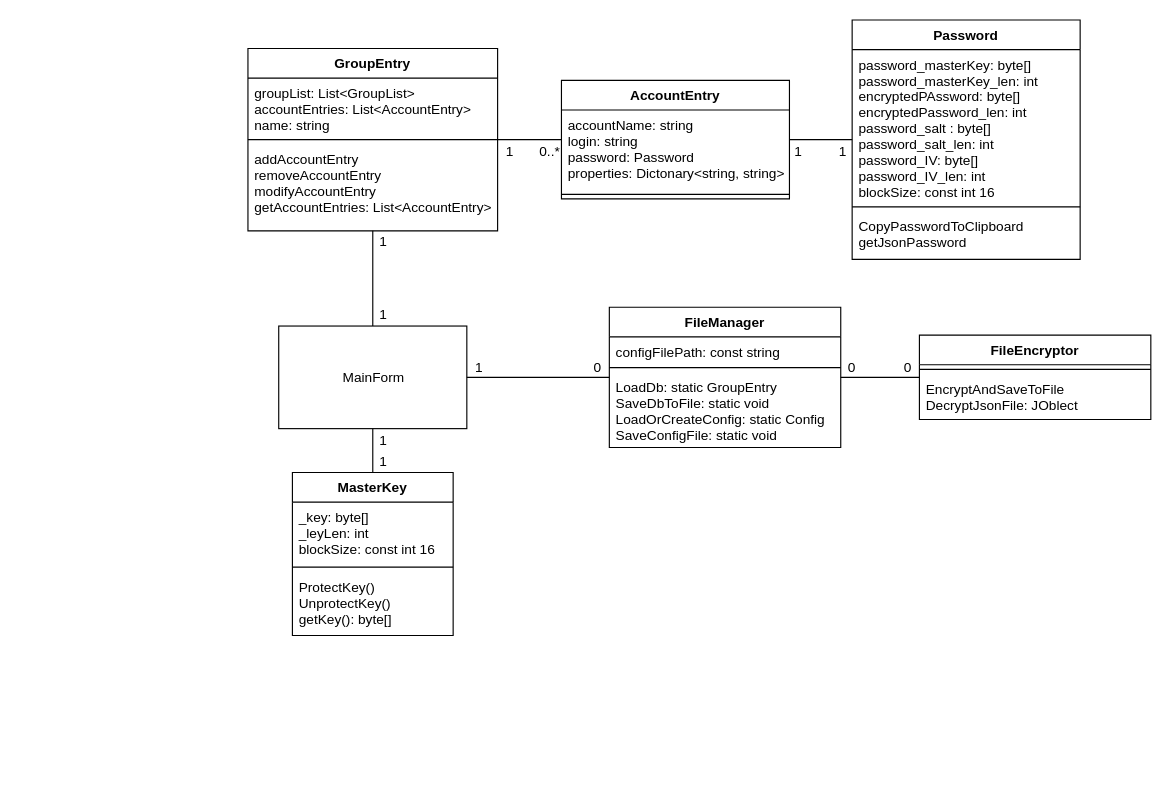
Earlier version of the draw.io diagram ВКР/Диаграмма/классы.drawio (deZuter/PasswordManager). Source tidied: cells renumbered, new cells numbered last; positions are measured from the earlier drawing's top-left corner, leaving out a move shared by most shapes. Both pictures are drawn from the tidied source at 114%, with x=0, y=0 at pixel (247, 19).
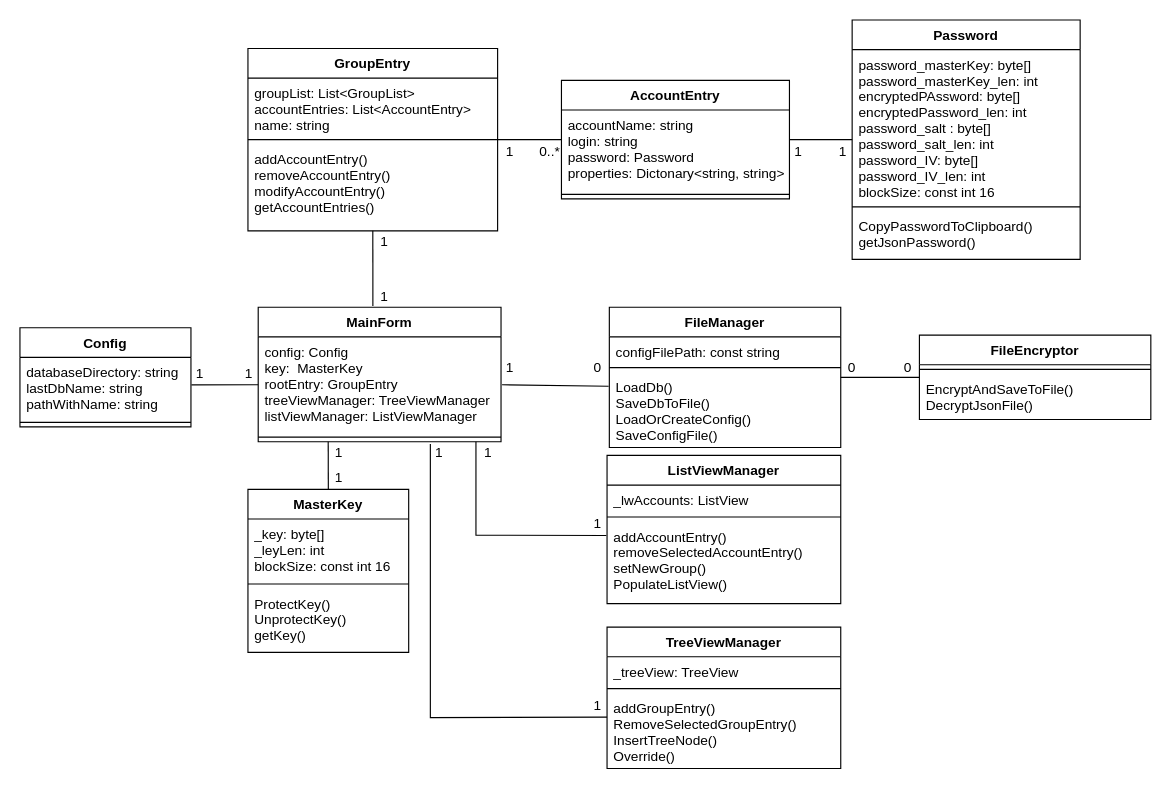
After the change.

Unchanged cells that the change refers to:
```xml
<mxCell id="2" value="Password" style="swimlane;fontStyle=1;align=center;verticalAlign=top;horizontal=1;startSize=26;" parent="1" vertex="1">
  <mxGeometry x="530" width="200" height="210" as="geometry" />
</mxCell>
<mxCell id="13" value="GroupEntry" style="swimlane;fontStyle=1;align=center;verticalAlign=top;horizontal=1;startSize=26;" parent="1" vertex="1">
  <mxGeometry y="25" width="219" height="160" as="geometry" />
</mxCell>
<mxCell id="17" value="FileManager" style="swimlane;fontStyle=1;align=center;verticalAlign=top;horizontal=1;startSize=26;" parent="1" vertex="1">
  <mxGeometry x="317" y="252" width="203" height="123" as="geometry" />
</mxCell>
<mxCell id="21" value="FileEncryptor" style="swimlane;fontStyle=1;align=center;verticalAlign=top;horizontal=1;startSize=26;" parent="1" vertex="1">
  <mxGeometry x="589" y="276.5" width="203" height="74" as="geometry" />
</mxCell>
```

Diff of the diagram source:
```diff
@@
-    <mxCell id="5" value="CopyPasswordToClipboard&#10;getJsonPassword" style="text;strokeColor=none;fillColor=none;align=left;verticalAlign=top;spacingLeft=4;spacingRight=4;overflow=hidden;" parent="2" vertex="1">
+    <mxCell id="5" value="CopyPasswordToClipboard()&#10;getJsonPassword()" style="text;strokeColor=none;fillColor=none;align=left;verticalAlign=top;spacingLeft=4;spacingRight=4;overflow=hidden;" parent="2" vertex="1">
       <mxGeometry y="168" width="200" height="42" as="geometry" />
     </mxCell>
     <mxCell id="6" value="MasterKey" style="swimlane;fontStyle=1;align=center;verticalAlign=top;horizontal=1;startSize=26;" parent="1" vertex="1">
-      <mxGeometry x="39" y="397" width="141" height="143" as="geometry" />
+      <mxGeometry y="411.8" width="141" height="143" as="geometry" />
     </mxCell>
@@
-    <mxCell id="9" value="ProtectKey()&#10;UnprotectKey()&#10;getKey(): byte[]" style="text;strokeColor=none;fillColor=none;align=left;verticalAlign=top;spacingLeft=4;spacingRight=4;overflow=hidden;" parent="6" vertex="1">
+    <mxCell id="9" value="ProtectKey()&#10;UnprotectKey()&#10;getKey()" style="text;strokeColor=none;fillColor=none;align=left;verticalAlign=top;spacingLeft=4;spacingRight=4;overflow=hidden;" parent="6" vertex="1">
       <mxGeometry y="87" width="141" height="56" as="geometry" />
     </mxCell>
@@
-    <mxCell id="16" value="addAccountEntry&#10;removeAccountEntry&#10;modifyAccountEntry&#10;getAccountEntries: List&lt;AccountEntry&gt;" style="text;strokeColor=none;fillColor=none;align=left;verticalAlign=top;spacingLeft=4;spacingRight=4;overflow=hidden;points=[[0,0.5],[1,0.5]];portConstraint=eastwest;" parent="13" vertex="1">
+    <mxCell id="16" value="addAccountEntry()&#10;removeAccountEntry()&#10;modifyAccountEntry()&#10;getAccountEntries()" style="text;strokeColor=none;fillColor=none;align=left;verticalAlign=top;spacingLeft=4;spacingRight=4;overflow=hidden;points=[[0,0.5],[1,0.5]];portConstraint=eastwest;" parent="13" vertex="1">
       <mxGeometry y="84" width="219" height="76" as="geometry" />
     </mxCell>
@@
-    <mxCell id="20" value="LoadDb: static GroupEntry&#10;SaveDbToFile: static void&#10;LoadOrCreateConfig: static Config&#10;SaveConfigFile: static void" style="text;strokeColor=none;fillColor=none;align=left;verticalAlign=top;spacingLeft=4;spacingRight=4;overflow=hidden;points=[[0,0.5],[1,0.5]];portConstraint=eastwest;" parent="17" vertex="1">
+    <mxCell id="20" value="LoadDb()&#10;SaveDbToFile()&#10;LoadOrCreateConfig()&#10;SaveConfigFile()" style="text;strokeColor=none;fillColor=none;align=left;verticalAlign=top;spacingLeft=4;spacingRight=4;overflow=hidden;points=[[0,0.5],[1,0.5]];portConstraint=eastwest;" parent="17" vertex="1">
       <mxGeometry y="57" width="203" height="66" as="geometry" />
     </mxCell>
@@
-    <mxCell id="23" value="EncryptAndSaveToFile&#10;DecryptJsonFile: JOblect" style="text;strokeColor=none;fillColor=none;align=left;verticalAlign=top;spacingLeft=4;spacingRight=4;overflow=hidden;" parent="21" vertex="1">
+    <mxCell id="23" value="EncryptAndSaveToFile()&#10;DecryptJsonFile()" style="text;strokeColor=none;fillColor=none;align=left;verticalAlign=top;spacingLeft=4;spacingRight=4;overflow=hidden;" parent="21" vertex="1">
       <mxGeometry y="34" width="203" height="40" as="geometry" />
     </mxCell>
@@
-    <mxCell id="27" value="MainForm" style="html=1;" parent="1" vertex="1">
-      <mxGeometry x="27" y="268.5" width="165" height="90" as="geometry" />
-    </mxCell>
-    <mxCell id="28" style="endArrow=none;html=1;rounded=0;" parent="1" edge="1" source="27" target="17">
-      <mxGeometry relative="1" as="geometry" />
+    <mxCell id="28" style="endArrow=none;html=1;rounded=0;entryX=-0.003;entryY=0.186;entryDx=0;entryDy=0;entryPerimeter=0;exitX=1.003;exitY=0.243;exitDx=0;exitDy=0;exitPerimeter=0;" parent="1" edge="1" target="20">
+      <mxGeometry relative="1" as="geometry">
+        <mxPoint x="222.9" y="320" as="sourcePoint" />
+      </mxGeometry>
     </mxCell>
-    <mxCell id="29" style="endArrow=none;html=1;rounded=0;exitX=0.5;exitY=0;exitDx=0;exitDy=0;" parent="1" edge="1" source="27" target="16">
-      <mxGeometry relative="1" as="geometry" />
+    <mxCell id="29" style="endArrow=none;html=1;rounded=0;exitX=0.624;exitY=-0.004;exitDx=0;exitDy=0;exitPerimeter=0;" parent="1" edge="1" target="16">
+      <mxGeometry relative="1" as="geometry">
+        <mxPoint x="109.6" y="250.9" as="sourcePoint" />
+      </mxGeometry>
     </mxCell>
-    <mxCell id="30" style="endArrow=none;html=1;rounded=0;exitX=0.5;exitY=1;exitDx=0;exitDy=0;entryX=0.5;entryY=0;entryDx=0;entryDy=0;" parent="1" edge="1" source="27" target="6">
-      <mxGeometry relative="1" as="geometry" />
+    <mxCell id="30" style="endArrow=none;html=1;rounded=0;entryX=0.5;entryY=0;entryDx=0;entryDy=0;exitX=0.868;exitY=0.998;exitDx=0;exitDy=0;exitPerimeter=0;" parent="1" edge="1" target="6">
+      <mxGeometry relative="1" as="geometry">
+        <mxPoint x="70.4" y="370" as="sourcePoint" />
+      </mxGeometry>
     </mxCell>
     <mxCell id="31" value="1" style="text;html=1;strokeColor=none;fillColor=none;align=center;verticalAlign=middle;whiteSpace=wrap;rounded=0;" parent="1" vertex="1">
-      <mxGeometry x="111" y="378" width="16" height="19" as="geometry" />
+      <mxGeometry x="72" y="392.8" width="16" height="19" as="geometry" />
     </mxCell>
     <mxCell id="32" value="1" style="text;html=1;strokeColor=none;fillColor=none;align=center;verticalAlign=middle;whiteSpace=wrap;rounded=0;" parent="1" vertex="1">
-      <mxGeometry x="111" y="359" width="16" height="19" as="geometry" />
+      <mxGeometry x="72" y="370.6" width="16" height="19" as="geometry" />
     </mxCell>
     <mxCell id="33" value="1" style="text;html=1;strokeColor=none;fillColor=none;align=center;verticalAlign=middle;whiteSpace=wrap;rounded=0;" parent="1" vertex="1">
-      <mxGeometry x="111" y="249.5" width="16" height="19" as="geometry" />
+      <mxGeometry x="112" y="233" width="16" height="19" as="geometry" />
     </mxCell>
     <mxCell id="34" value="1" style="text;html=1;strokeColor=none;fillColor=none;align=center;verticalAlign=middle;whiteSpace=wrap;rounded=0;" parent="1" vertex="1">
-      <mxGeometry x="111" y="185" width="16" height="19" as="geometry" />
+      <mxGeometry x="112" y="185" width="16" height="19" as="geometry" />
     </mxCell>
@@
     <mxCell id="38" value="1" style="text;html=1;strokeColor=none;fillColor=none;align=center;verticalAlign=middle;whiteSpace=wrap;rounded=0;" parent="1" vertex="1">
-      <mxGeometry x="195" y="295" width="16" height="19" as="geometry" />
+      <mxGeometry x="222" y="295" width="16" height="19" as="geometry" />
     </mxCell>
@@
+    <mxCell id="43" value="ListViewManager" style="swimlane;fontStyle=1;align=center;verticalAlign=top;horizontal=1;startSize=26;" parent="1" vertex="1">
+      <mxGeometry x="315" y="382" width="205" height="130" as="geometry" />
+    </mxCell>
+    <mxCell id="44" value="_lwAccounts: ListView " style="text;strokeColor=none;fillColor=none;align=left;verticalAlign=top;spacingLeft=4;spacingRight=4;overflow=hidden;" parent="43" vertex="1">
+      <mxGeometry y="26" width="205" height="24" as="geometry" />
+    </mxCell>
+    <mxCell id="45" style="line;strokeWidth=1;fillColor=none;align=left;verticalAlign=middle;spacingTop=-1;spacingLeft=3;spacingRight=3;labelPosition=right;strokeColor=inherit;" parent="43" vertex="1">
+      <mxGeometry y="50" width="205" height="8" as="geometry" />
+    </mxCell>
+    <mxCell id="46" value="addAccountEntry()&#10;removeSelectedAccountEntry()&#10;setNewGroup()&#10;PopulateListView()" style="text;strokeColor=none;fillColor=none;align=left;verticalAlign=top;spacingLeft=4;spacingRight=4;overflow=hidden;points=[[0,0.5],[1,0.5]];portConstraint=eastwest;" parent="43" vertex="1">
+      <mxGeometry y="58" width="205" height="72" as="geometry" />
+    </mxCell>
+    <mxCell id="47" value="TreeViewManager" style="swimlane;fontStyle=1;align=center;verticalAlign=top;horizontal=1;startSize=26;" parent="1" vertex="1">
+      <mxGeometry x="315" y="532.6" width="205" height="124" as="geometry" />
+    </mxCell>
+    <mxCell id="48" value="_treeView: TreeView " style="text;strokeColor=none;fillColor=none;align=left;verticalAlign=top;spacingLeft=4;spacingRight=4;overflow=hidden;" parent="47" vertex="1">
+      <mxGeometry y="26" width="205" height="24" as="geometry" />
+    </mxCell>
+    <mxCell id="49" style="line;strokeWidth=1;fillColor=none;align=left;verticalAlign=middle;spacingTop=-1;spacingLeft=3;spacingRight=3;labelPosition=right;strokeColor=inherit;" parent="47" vertex="1">
+      <mxGeometry y="50" width="205" height="8" as="geometry" />
+    </mxCell>
+    <mxCell id="50" value="addGroupEntry()&#10;RemoveSelectedGroupEntry()&#10;InsertTreeNode()&#10;Override()" style="text;strokeColor=none;fillColor=none;align=left;verticalAlign=top;spacingLeft=4;spacingRight=4;overflow=hidden;points=[[0,0.5],[1,0.5]];portConstraint=eastwest;" parent="47" vertex="1">
+      <mxGeometry y="58" width="205" height="66" as="geometry" />
+    </mxCell>
+    <mxCell id="27" value="MainForm" style="swimlane;fontStyle=1;align=center;verticalAlign=top;horizontal=1;startSize=26;" parent="1" vertex="1">
+      <mxGeometry x="9" y="252" width="213" height="118" as="geometry" />
+    </mxCell>
+    <mxCell id="51" value="config: Config&#10;key:  MasterKey&#10;rootEntry: GroupEntry&#10;treeViewManager: TreeViewManager&#10;listViewManager: ListViewManager&#10;" style="text;strokeColor=none;fillColor=none;align=left;verticalAlign=top;spacingLeft=4;spacingRight=4;overflow=hidden;points=[[0,0.5],[1,0.5]];portConstraint=eastwest;" parent="27" vertex="1">
+      <mxGeometry y="26" width="213" height="84" as="geometry" />
+    </mxCell>
+    <mxCell id="52" style="line;strokeWidth=1;fillColor=none;align=left;verticalAlign=middle;spacingTop=-1;spacingLeft=3;spacingRight=3;labelPosition=right;strokeColor=inherit;" parent="27" vertex="1">
+      <mxGeometry y="110" width="213" height="8" as="geometry" />
+    </mxCell>
+    <mxCell id="53" style="endArrow=none;html=1;rounded=0;exitX=0;exitY=0.318;exitDx=0;exitDy=0;exitPerimeter=0;" parent="1" edge="1" source="50">
+      <mxGeometry relative="1" as="geometry">
+        <mxPoint x="160" y="372" as="targetPoint" />
+        <Array as="points">
+          <mxPoint x="160" y="612" />
+        </Array>
+      </mxGeometry>
+    </mxCell>
+    <mxCell id="54" style="endArrow=none;html=1;rounded=0;exitX=-0.003;exitY=0.17;exitDx=0;exitDy=0;exitPerimeter=0;" parent="1" edge="1" source="46">
+      <mxGeometry relative="1" as="geometry">
+        <mxPoint x="200" y="370" as="targetPoint" />
+        <Array as="points">
+          <mxPoint x="200" y="452" />
+        </Array>
+      </mxGeometry>
+    </mxCell>
+    <mxCell id="55" value="1" style="text;html=1;strokeColor=none;fillColor=none;align=center;verticalAlign=middle;whiteSpace=wrap;rounded=0;" parent="1" vertex="1">
+      <mxGeometry x="203" y="370" width="16" height="19" as="geometry" />
+    </mxCell>
+    <mxCell id="56" value="1" style="text;html=1;strokeColor=none;fillColor=none;align=center;verticalAlign=middle;whiteSpace=wrap;rounded=0;" parent="1" vertex="1">
+      <mxGeometry x="160" y="370.6" width="16" height="19" as="geometry" />
+    </mxCell>
+    <mxCell id="57" value="1" style="text;html=1;strokeColor=none;fillColor=none;align=center;verticalAlign=middle;whiteSpace=wrap;rounded=0;" parent="1" vertex="1">
+      <mxGeometry x="299" y="592" width="16" height="19" as="geometry" />
+    </mxCell>
+    <mxCell id="58" value="1" style="text;html=1;strokeColor=none;fillColor=none;align=center;verticalAlign=middle;whiteSpace=wrap;rounded=0;" parent="1" vertex="1">
+      <mxGeometry x="299" y="432" width="16" height="19" as="geometry" />
+    </mxCell>
+    <mxCell id="59" value="Config" style="swimlane;fontStyle=1;align=center;verticalAlign=top;horizontal=1;startSize=26;" parent="1" vertex="1">
+      <mxGeometry x="-200" y="270" width="150" height="87" as="geometry" />
+    </mxCell>
+    <mxCell id="60" value="databaseDirectory: string&#10;lastDbName: string&#10;pathWithName: string" style="text;strokeColor=none;fillColor=none;align=left;verticalAlign=top;spacingLeft=4;spacingRight=4;overflow=hidden;points=[[0,0.5],[1,0.5]];portConstraint=eastwest;" parent="59" vertex="1">
+      <mxGeometry y="26" width="150" height="53" as="geometry" />
+    </mxCell>
+    <mxCell id="61" style="line;strokeWidth=1;fillColor=none;align=left;verticalAlign=middle;spacingTop=-1;spacingLeft=3;spacingRight=3;labelPosition=right;strokeColor=inherit;" parent="59" vertex="1">
+      <mxGeometry y="79" width="150" height="8" as="geometry" />
+    </mxCell>
+    <mxCell id="62" value="1" style="text;html=1;strokeColor=none;fillColor=none;align=center;verticalAlign=middle;whiteSpace=wrap;rounded=0;" parent="1" vertex="1">
+      <mxGeometry x="-7" y="301" width="16" height="19" as="geometry" />
+    </mxCell>
+    <mxCell id="63" value="1" style="text;html=1;strokeColor=none;fillColor=none;align=center;verticalAlign=middle;whiteSpace=wrap;rounded=0;" parent="1" vertex="1">
+      <mxGeometry x="-50" y="301" width="16" height="19" as="geometry" />
+    </mxCell>
+    <mxCell id="64" style="endArrow=none;html=1;rounded=0;entryX=0;entryY=0.5;entryDx=0;entryDy=0;exitX=1.003;exitY=0.454;exitDx=0;exitDy=0;exitPerimeter=0;" parent="1" edge="1" source="60" target="51">
+      <mxGeometry relative="1" as="geometry" />
+    </mxCell>
```
